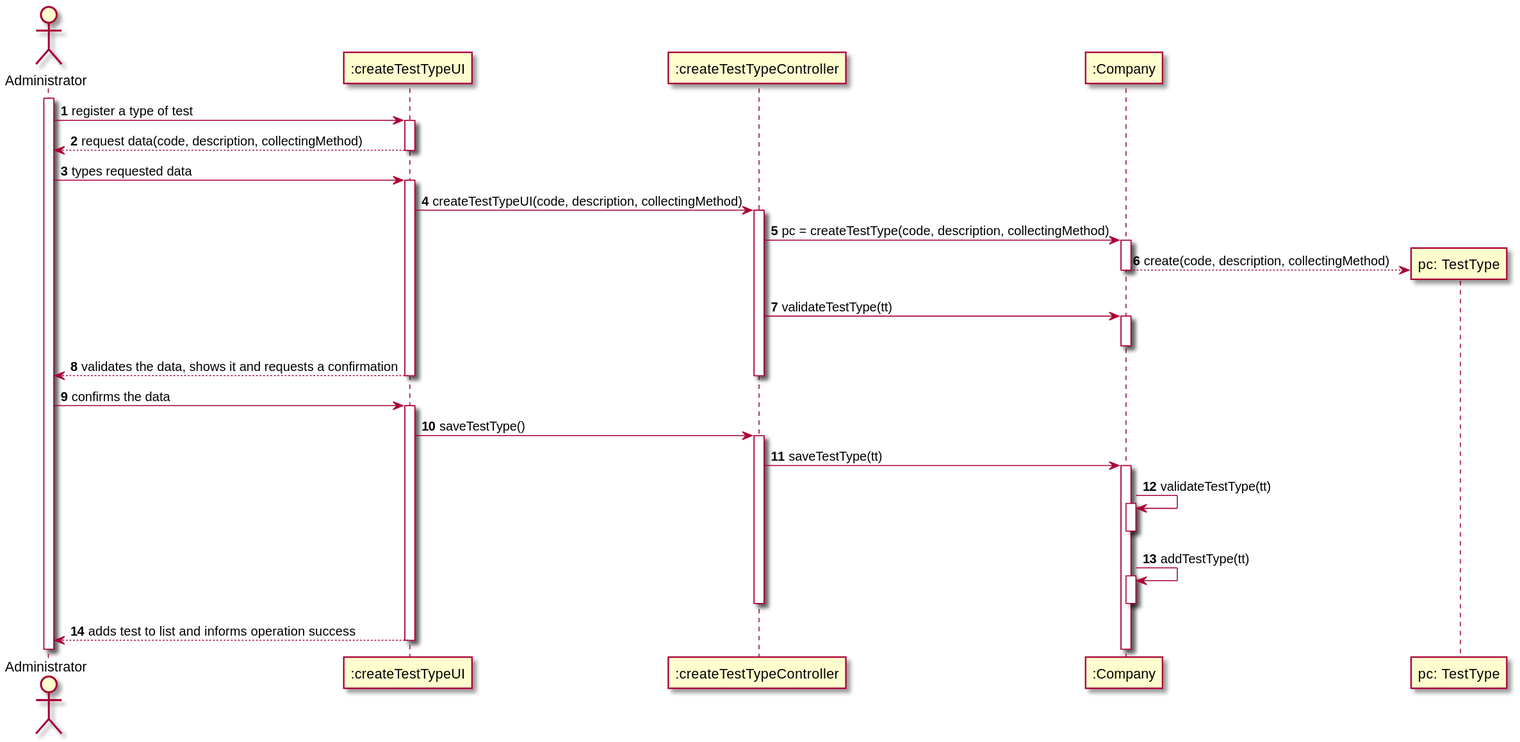
Before: docs/SprintB/US09/US09-SD.svg, a diagram exported from PlantUML (0franciscor/lei-21-s2-1de-g19). Its diagram source:
```plantuml
@startuml
autonumber
actor "Administrator" as admin
activate admin

admin -> ":createTestTypeUI" : register a type of test
activate ":createTestTypeUI"
":createTestTypeUI" --> admin: request data(code, description, collectingMethod)
deactivate ":createTestTypeUI"
admin -> ":createTestTypeUI" : types requested data
activate ":createTestTypeUI"
":createTestTypeUI" -> ":createTestTypeController": createTestTypeUI(code, description, collectingMethod)
activate ":createTestTypeController"
":createTestTypeController" -> ":Company" : pc = createTestType(code, description, collectingMethod)
activate ":Company"
create "pc: TestType"
":Company" --> "pc: TestType": create(code, description, collectingMethod)
deactivate ":Company"
":createTestTypeController" -> ":Company" : validateTestType(tt)
activate ":Company"
deactivate ":Company"
":createTestTypeUI" --> admin: validates the data, shows it and requests a confirmation
deactivate ":createTestTypeController"
deactivate ":createTestTypeUI"
admin -> ":createTestTypeUI": confirms the data
activate ":createTestTypeUI"
":createTestTypeUI" -> ":createTestTypeController": saveTestType()
activate ":createTestTypeController"
":createTestTypeController" -> ":Company" ++: saveTestType(tt)
":Company" -> ":Company": validateTestType(tt)
activate ":Company"
deactivate ":Company"
":Company" -> ":Company": addTestType(tt)
activate ":Company"
deactivate ":Company"
deactivate ":createTestTypeController"
":createTestTypeUI" --> admin: adds test to list and informs operation success
deactivate ":createTestTypeUI"
@enduml
```
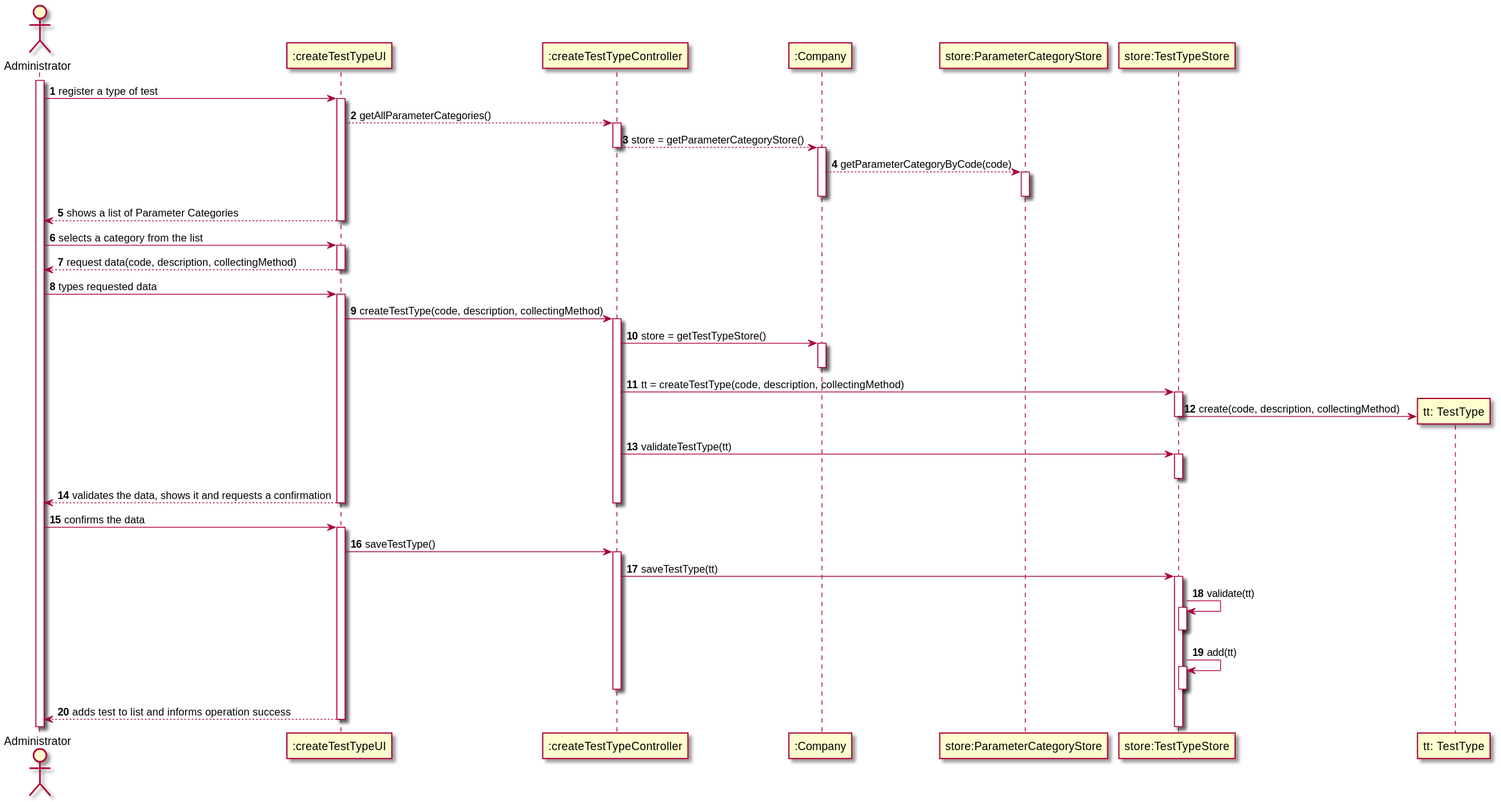
Above is the later version.

Diff of the diagram source:
```diff
@@ -5,20 +5,37 @@
 
 admin -> ":createTestTypeUI" : register a type of test
 activate ":createTestTypeUI"
+":createTestTypeUI" --> ":createTestTypeController": getAllParameterCategories()
+activate ":createTestTypeController"
+":createTestTypeController" --> ":Company": store = getParameterCategoryStore()
+deactivate ":createTestTypeController"
+activate ":Company"
+":Company" --> "store:ParameterCategoryStore": getParameterCategoryByCode(code)
+activate "store:ParameterCategoryStore"
+deactivate "store:ParameterCategoryStore"
+deactivate ":Company"
+":createTestTypeUI" --> admin: shows a list of Parameter Categories
+deactivate ":createTestTypeUI"
+admin -> ":createTestTypeUI": selects a category from the list
+activate ":createTestTypeUI"
 ":createTestTypeUI" --> admin: request data(code, description, collectingMethod)
+deactivate ":createTestTypeUI"
 deactivate ":createTestTypeUI"
 admin -> ":createTestTypeUI" : types requested data
 activate ":createTestTypeUI"
-":createTestTypeUI" -> ":createTestTypeController": createTestTypeUI(code, description, collectingMethod)
+":createTestTypeUI" -> ":createTestTypeController": createTestType(code, description, collectingMethod)
 activate ":createTestTypeController"
-":createTestTypeController" -> ":Company" : pc = createTestType(code, description, collectingMethod)
-activate ":Company"
-create "pc: TestType"
-":Company" --> "pc: TestType": create(code, description, collectingMethod)
-deactivate ":Company"
-":createTestTypeController" -> ":Company" : validateTestType(tt)
+":createTestTypeController" -> ":Company" : store = getTestTypeStore()
 activate ":Company"
 deactivate ":Company"
+":createTestTypeController" -> "store:TestTypeStore" : tt = createTestType(code, description, collectingMethod)
+activate "store:TestTypeStore"
+create "tt: TestType"
+"store:TestTypeStore" -> "tt: TestType" : create(code, description, collectingMethod)
+deactivate "store:TestTypeStore"
+":createTestTypeController" -> "store:TestTypeStore" : validateTestType(tt)
+activate "store:TestTypeStore"
+deactivate "store:TestTypeStore"
 ":createTestTypeUI" --> admin: validates the data, shows it and requests a confirmation
 deactivate ":createTestTypeController"
 deactivate ":createTestTypeUI"
@@ -26,13 +43,13 @@
 activate ":createTestTypeUI"
 ":createTestTypeUI" -> ":createTestTypeController": saveTestType()
 activate ":createTestTypeController"
-":createTestTypeController" -> ":Company" ++: saveTestType(tt)
-":Company" -> ":Company": validateTestType(tt)
-activate ":Company"
-deactivate ":Company"
-":Company" -> ":Company": addTestType(tt)
-activate ":Company"
-deactivate ":Company"
+":createTestTypeController" -> "store:TestTypeStore" ++: saveTestType(tt)
+"store:TestTypeStore" -> "store:TestTypeStore": validate(tt)
+activate "store:TestTypeStore"
+deactivate "store:TestTypeStore"
+"store:TestTypeStore" -> "store:TestTypeStore": add(tt)
+activate "store:TestTypeStore"
+deactivate "store:TestTypeStore"
 deactivate ":createTestTypeController"
 ":createTestTypeUI" --> admin: adds test to list and informs operation success
 deactivate ":createTestTypeUI"
```
